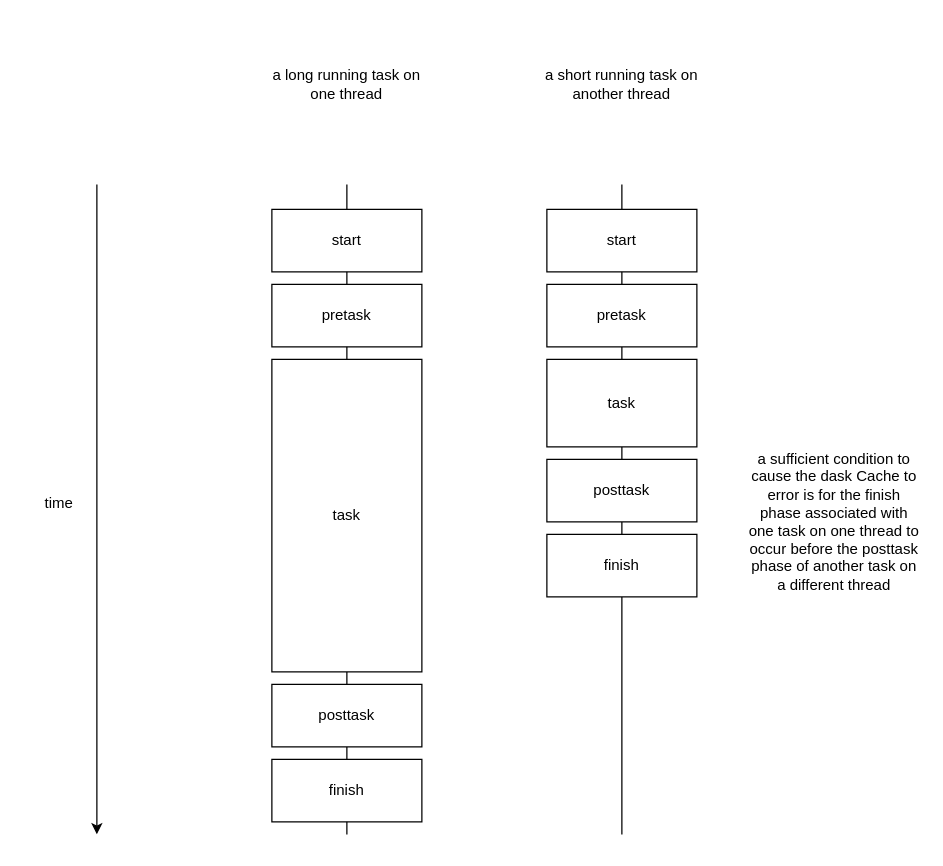
andy-sweet/napari-diagrams keeps this draw.io diagram as dask-cache-multithread-error.drawio. Above is the earlier version. Source tidied: cells renumbered, new cells numbered last; positions are measured from the earlier drawing's top-left corner, leaving out a move shared by most shapes. Both pictures are drawn from the tidied source at 125%, with x=0, y=0 at pixel (21, 21).
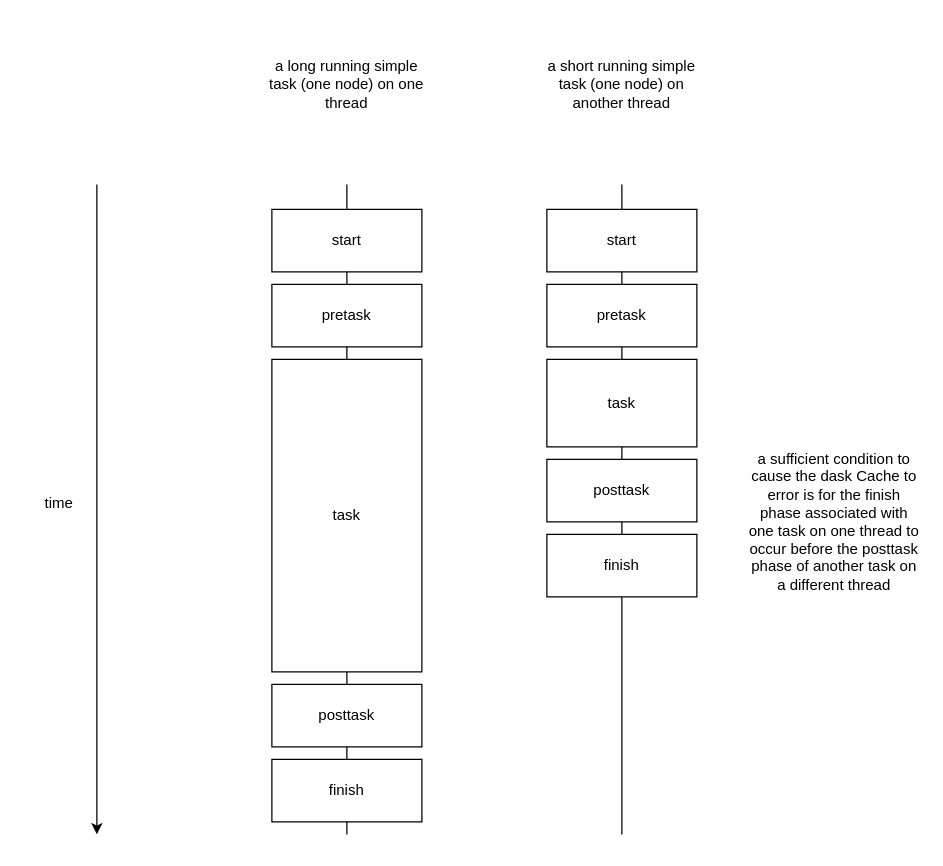
The same page after the edit.

Diff of the diagram source:
```diff
@@
-    <mxCell id="23" value="a long running task on one thread" style="text;html=1;strokeColor=none;fillColor=none;align=center;verticalAlign=middle;whiteSpace=wrap;rounded=0;" parent="1" vertex="1">
+    <mxCell id="23" value="a long running simple task (one node) on one thread" style="text;html=1;strokeColor=none;fillColor=none;align=center;verticalAlign=middle;whiteSpace=wrap;rounded=0;" parent="1" vertex="1">
       <mxGeometry x="190" width="140" height="100" as="geometry" />
     </mxCell>
-    <mxCell id="24" value="a short running task on another thread" style="text;html=1;strokeColor=none;fillColor=none;align=center;verticalAlign=middle;whiteSpace=wrap;rounded=0;" parent="1" vertex="1">
+    <mxCell id="24" value="a short running simple task (one node) on another thread" style="text;html=1;strokeColor=none;fillColor=none;align=center;verticalAlign=middle;whiteSpace=wrap;rounded=0;" parent="1" vertex="1">
       <mxGeometry x="410" width="140" height="100" as="geometry" />
     </mxCell>
```
